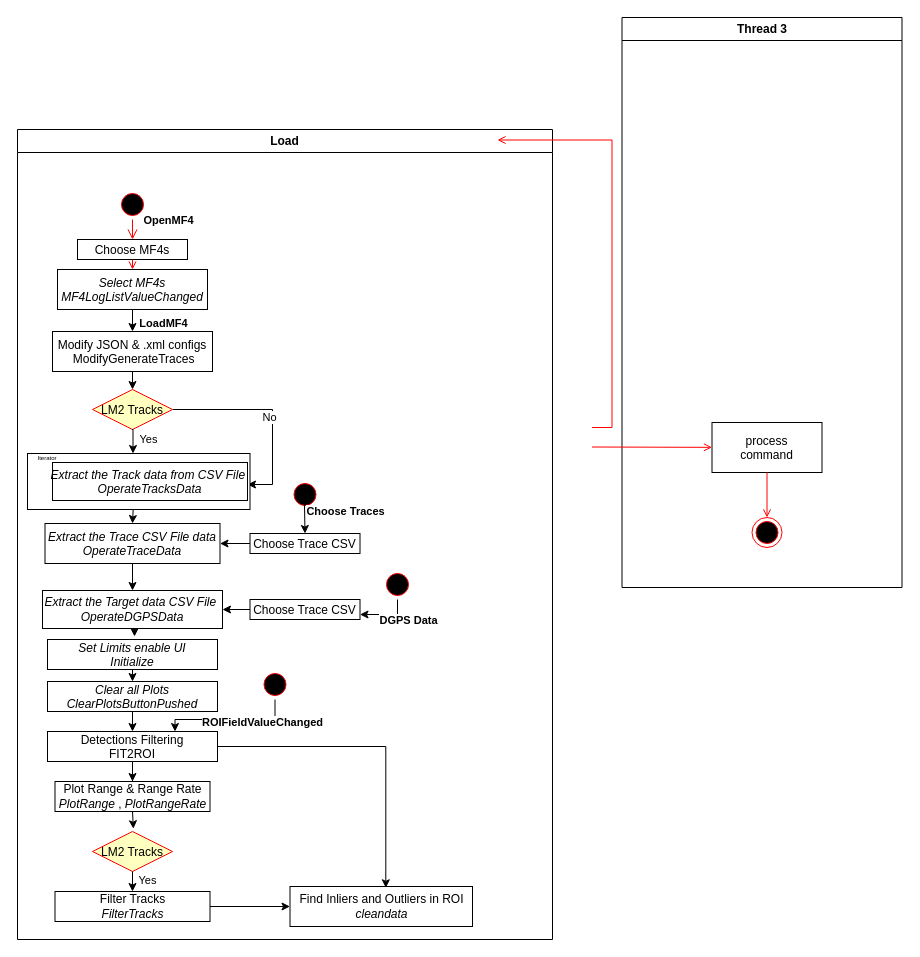
This is Untitled Diagram.drawio from path-env/SLAM_ResearchThesis, a draw.io file, before an edit. Source tidied: cells renumbered, new cells numbered last; positions are measured from the earlier drawing's top-left corner, leaving out a move shared by most shapes. Both pictures are drawn from the tidied source at 100%, with x=0, y=0 at pixel (17, 17).
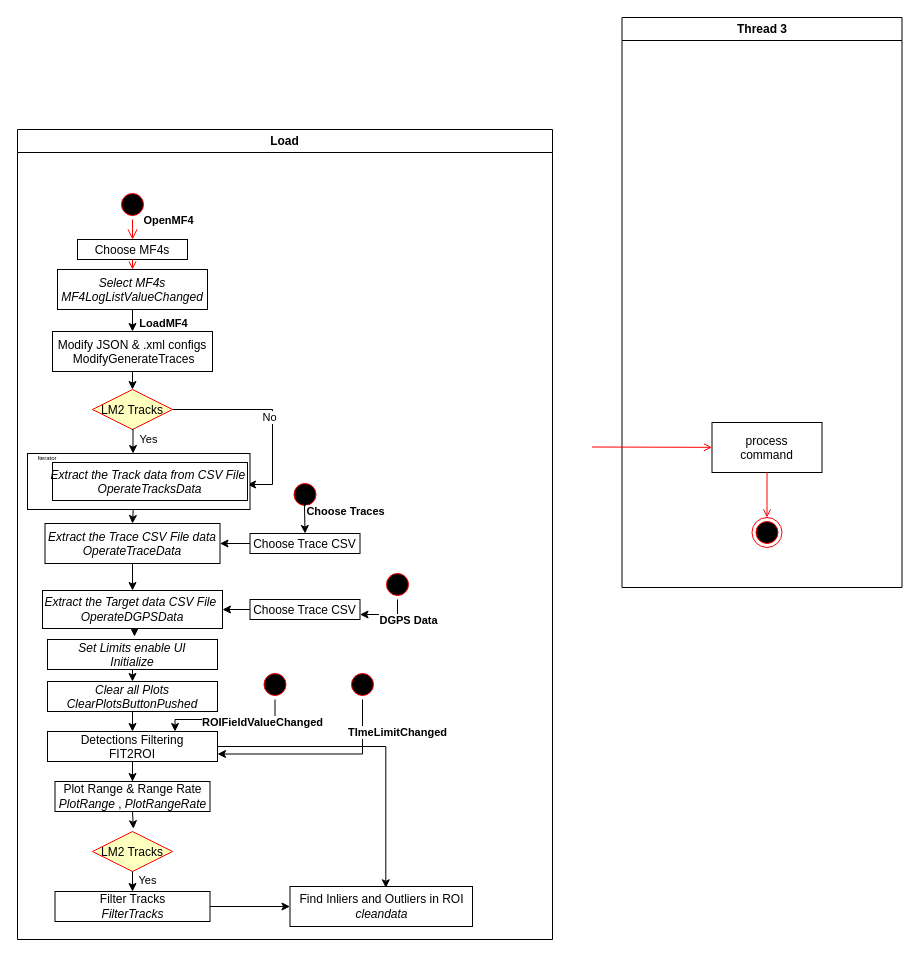
The same diagram, later.

The change refers to these unchanged cells:
```xml
<mxCell id="2" value="Load" style="swimlane;whiteSpace=wrap;" parent="1" vertex="1">
  <mxGeometry y="112" width="535" height="810" as="geometry" />
</mxCell>
<mxCell id="39" value="Detections Filtering &#10;FIT2ROI" style="fontStyle=0;" parent="2" vertex="1">
  <mxGeometry x="30" y="602" width="170" height="30" as="geometry" />
</mxCell>
<mxCell id="54" value="Thread 3" style="swimlane;whiteSpace=wrap;" parent="1" vertex="1">
  <mxGeometry x="604.5" width="280" height="570" as="geometry" />
</mxCell>
```

The edit, as a diff of the source:
```diff
@@
+    <mxCell id="60" style="edgeStyle=orthogonalEdgeStyle;rounded=0;jettySize=auto;html=1;exitX=0.5;exitY=1;exitDx=0;exitDy=0;entryX=1;entryY=0.75;entryDx=0;entryDy=0;" parent="2" edge="1" source="62" target="39">
+      <mxGeometry relative="1" as="geometry" />
+    </mxCell>
+    <mxCell id="61" value="&lt;b&gt;TImeLimitChanged&lt;/b&gt;" style="edgeLabel;html=1;align=center;verticalAlign=middle;" parent="60" vertex="1">
+      <mxGeometry x="-0.45" y="-22" relative="1" as="geometry">
+        <mxPoint x="34.6" y="-0.5" as="offset" />
+      </mxGeometry>
+    </mxCell>
+    <mxCell id="62" style="ellipse;shape=startState;fillColor=#000000;strokeColor=#ff0000;" parent="2" vertex="1">
+      <mxGeometry x="330" y="540" width="30" height="30" as="geometry" />
+    </mxCell>
@@
-    <mxCell id="56" style="edgeStyle=elbowEdgeStyle;elbow=horizontal;strokeColor=#FF0000;endArrow=open;endFill=1;rounded=0;entryX=0.25;entryY=0.5;entryPerimeter=0;" parent="54" edge="1">
-      <mxGeometry relative="1" as="geometry">
-        <mxPoint x="-30" y="410" as="sourcePoint" />
-        <mxPoint x="-124.5" y="122.5" as="targetPoint" />
-        <Array as="points">
-          <mxPoint x="-10" y="135" />
-        </Array>
-      </mxGeometry>
-    </mxCell>
```
